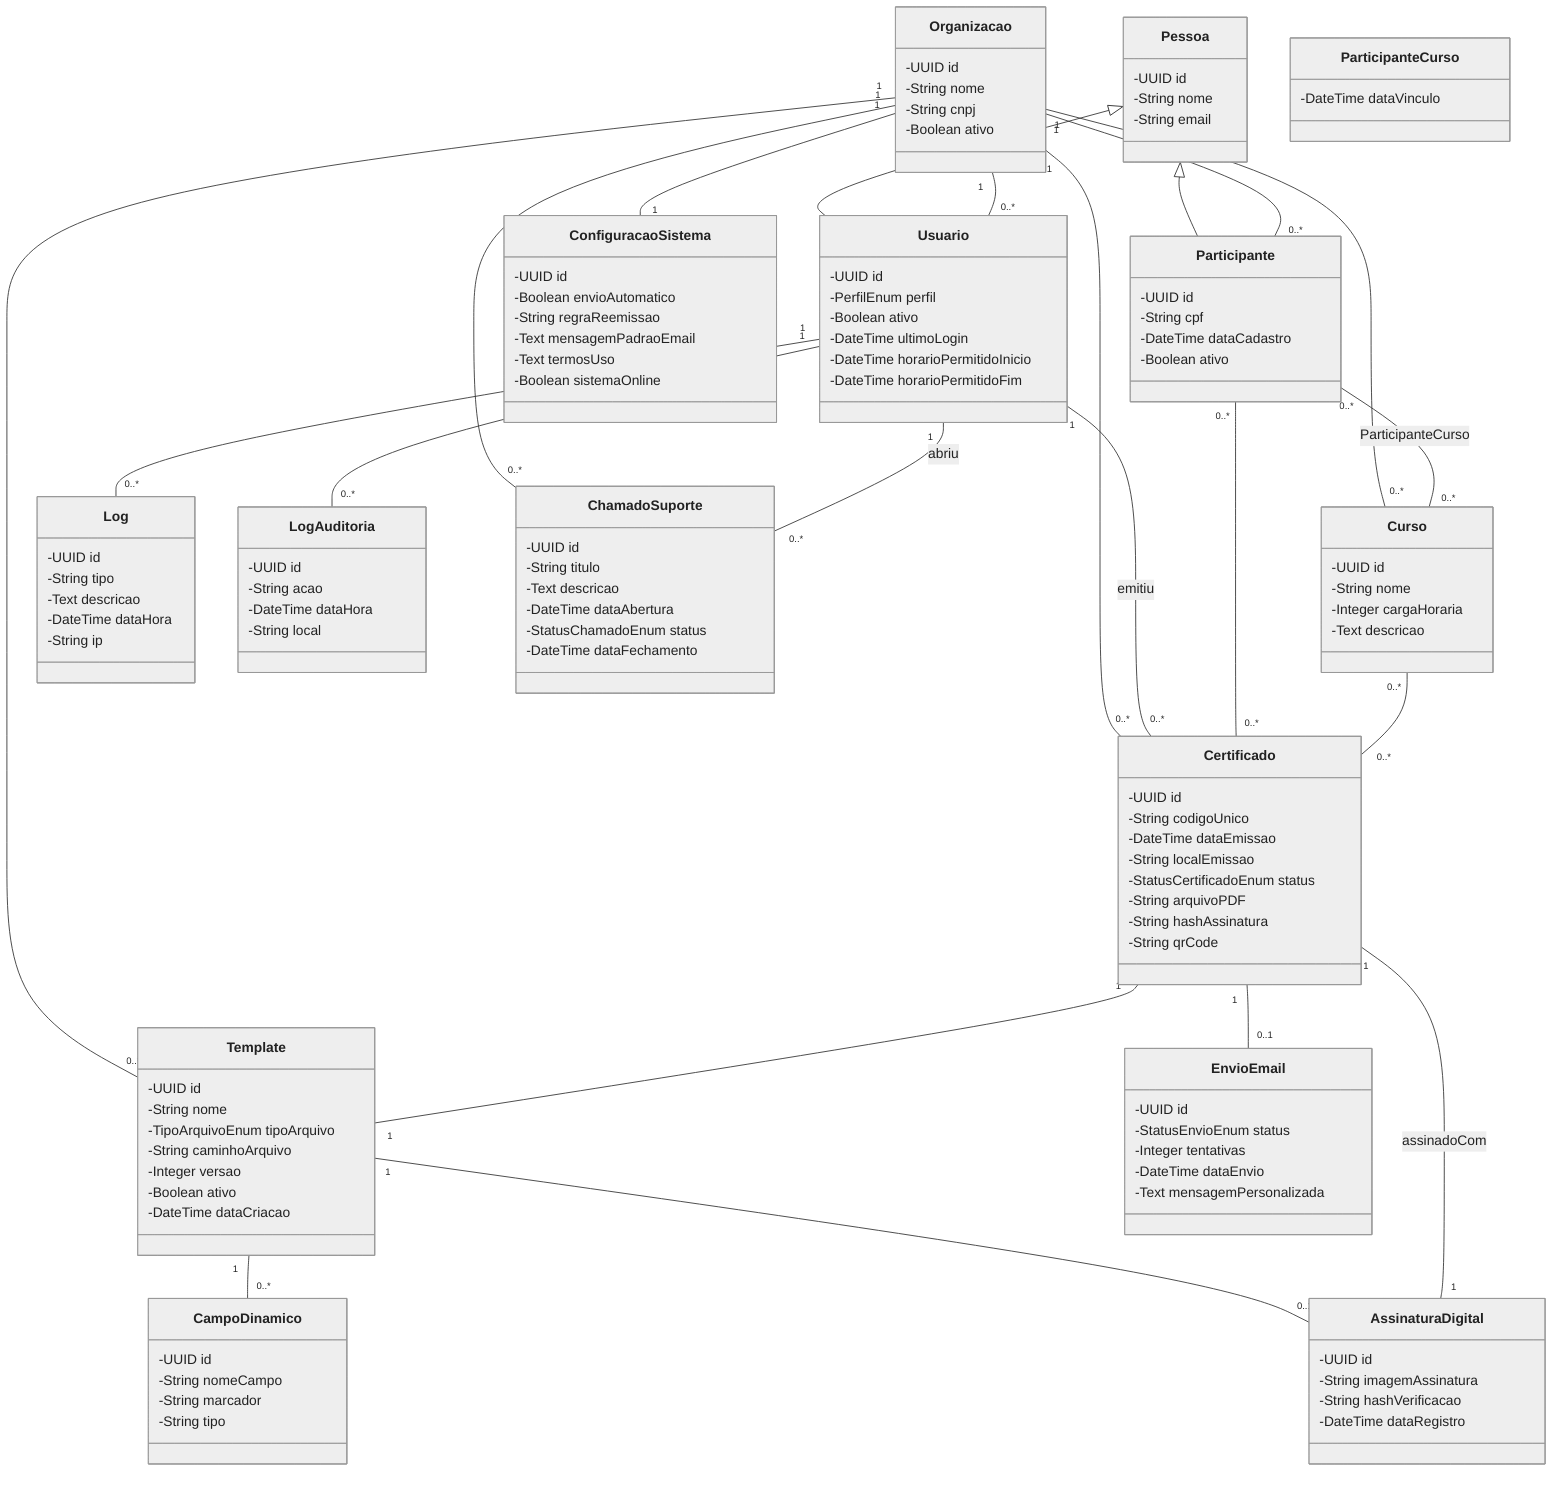
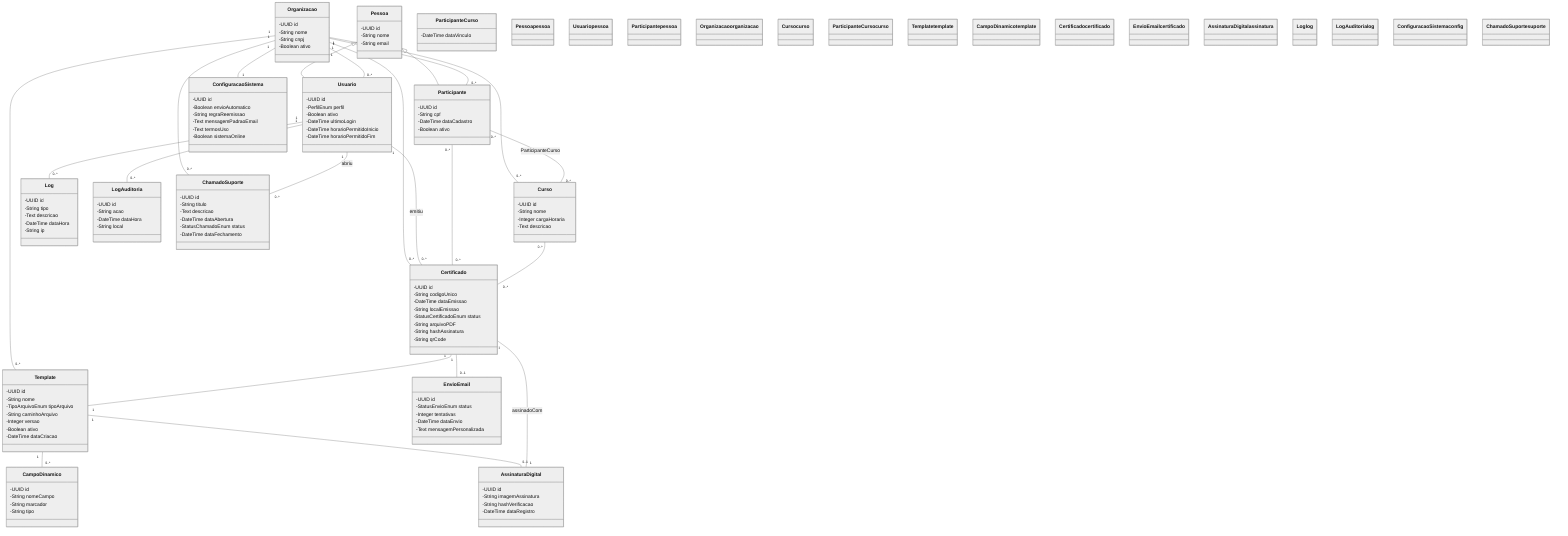
- %%{init: {'theme': 'neutral', 'themeVariables': {'lineColor': '#333333', 'primaryTextColor': '#222222', 'primaryColor': '#f4f4f4', 'primaryBorderColor': '#333333', 'secondaryColor': '#ffffff'}}}%%
+ %%{init: {'theme': 'neutral'}}%%
classDiagram
    class Pessoa {
      -UUID id
      -String nome
      -String email
    }
    class Usuario {
      -UUID id
      -PerfilEnum perfil
      -Boolean ativo
      -DateTime ultimoLogin
      -DateTime horarioPermitidoInicio
      -DateTime horarioPermitidoFim
    }
    class Participante {
      -UUID id
      -String cpf
      -DateTime dataCadastro
      -Boolean ativo
    }
    class Organizacao {
      -UUID id
      -String nome
      -String cnpj
      -Boolean ativo
    }
    class Curso {
      -UUID id
      -String nome
      -Integer cargaHoraria
      -Text descricao
    }
    class ParticipanteCurso {
      -DateTime dataVinculo
    }
    class Template {
      -UUID id
      -String nome
      -TipoArquivoEnum tipoArquivo
      -String caminhoArquivo
      -Integer versao
      -Boolean ativo
      -DateTime dataCriacao
    }
    class CampoDinamico {
      -UUID id
      -String nomeCampo
      -String marcador
      -String tipo
    }
    class AssinaturaDigital {
      -UUID id
      -String imagemAssinatura
      -String hashVerificacao
      -DateTime dataRegistro
    }
    class Certificado {
      -UUID id
      -String codigoUnico
      -DateTime dataEmissao
      -String localEmissao
      -StatusCertificadoEnum status
      -String arquivoPDF
      -String hashAssinatura
      -String qrCode
    }
    class EnvioEmail {
      -UUID id
      -StatusEnvioEnum status
      -Integer tentativas
      -DateTime dataEnvio
      -Text mensagemPersonalizada
    }
    class Log {
      -UUID id
      -String tipo
      -Text descricao
      -DateTime dataHora
      -String ip
    }
    class LogAuditoria {
      -UUID id
      -String acao
      -DateTime dataHora
      -String local
    }
    class ConfiguracaoSistema {
      -UUID id
      -Boolean envioAutomatico
      -String regraReemissao
      -Text mensagemPadraoEmail
      -Text termosUso
      -Boolean sistemaOnline
    }
    class ChamadoSuporte {
      -UUID id
      -String titulo
      -Text descricao
      -DateTime dataAbertura
      -StatusChamadoEnum status
      -DateTime dataFechamento
    }

    Pessoa <|-- Usuario
    Pessoa <|-- Participante

    Organizacao "1" -- "0..*" Usuario
    Organizacao "1" -- "0..*" Participante
    Organizacao "1" -- "0..*" Curso
    Organizacao "1" -- "0..*" Template
    Organizacao "1" -- "0..*" Certificado
    Organizacao "1" -- "1" ConfiguracaoSistema
    Organizacao "1" -- "0..*" ChamadoSuporte

    Participante "0..*" -- "0..*" Curso : ParticipanteCurso
    Template "1" -- "0..*" CampoDinamico
    Template "1" -- "0..1" AssinaturaDigital

    Usuario "1" -- "0..*" Certificado : emitiu
    Usuario "1" -- "0..*" Log
    Usuario "1" -- "0..*" LogAuditoria
    Usuario "1" -- "0..*" ChamadoSuporte : abriu

    Participante "0..*" -- "0..*" Certificado
    Curso "0..*" -- "0..*" Certificado

    Certificado "1" -- "0..1" EnvioEmail
    Certificado "1" -- "1" Template
-     Certificado "1" -- "1" AssinaturaDigital : assinadoCom+     Certificado "1" -- "1" AssinaturaDigital : assinadoCom
+ 
+     classDef pessoa fill:#dbeafe,stroke:#3b82f6,stroke-width:1px
+     classDef organizacao fill:#fef3c7,stroke:#f59e0b,stroke-width:1px
+     classDef curso fill:#d1fae5,stroke:#10b981,stroke-width:1px
+     classDef template fill:#ede9fe,stroke:#8b5cf6,stroke-width:1px
+     classDef certificado fill:#fee2e2,stroke:#ef4444,stroke-width:1px
+     classDef assinatura fill:#fce7f3,stroke:#ec4899,stroke-width:1px
+     classDef log fill:#f3f4f6,stroke:#6b7280,stroke-width:1px
+     classDef config fill:#ccfbf1,stroke:#14b8a6,stroke-width:1px
+     classDef suporte fill:#fef2f2,stroke:#b91c1c,stroke-width:1px
+ 
+     class Pessoa pessoa
+     class Usuario pessoa
+     class Participante pessoa
+     class Organizacao organizacao
+     class Curso curso
+     class ParticipanteCurso curso
+     class Template template
+     class CampoDinamico template
+     class Certificado certificado
+     class EnvioEmail certificado
+     class AssinaturaDigital assinatura
+     class Log log
+     class LogAuditoria log
+     class ConfiguracaoSistema config
+     class ChamadoSuporte suporte